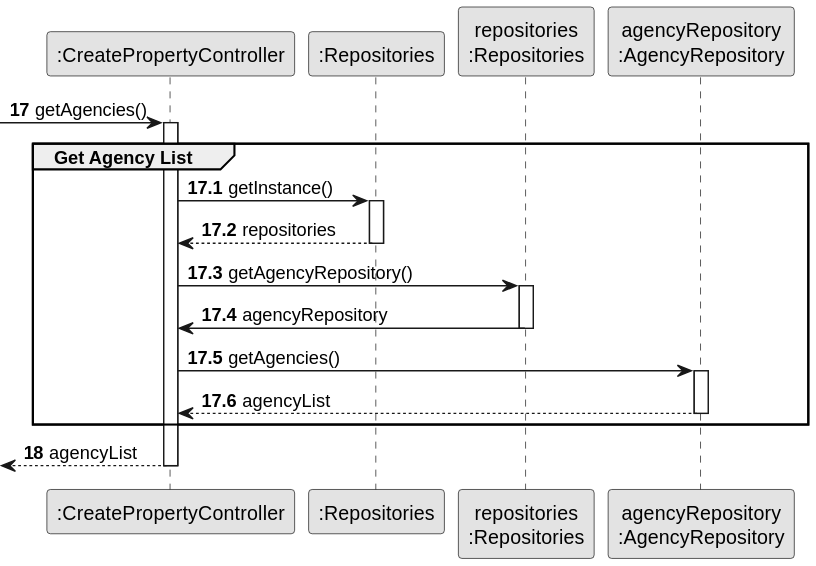
Earlier version of the PlantUML export docs/sprintB/us004/03.design/svg/us004-sequence-diagram-partial-get-agency-list.svg (rita-barbosa/LAPR2-2223).
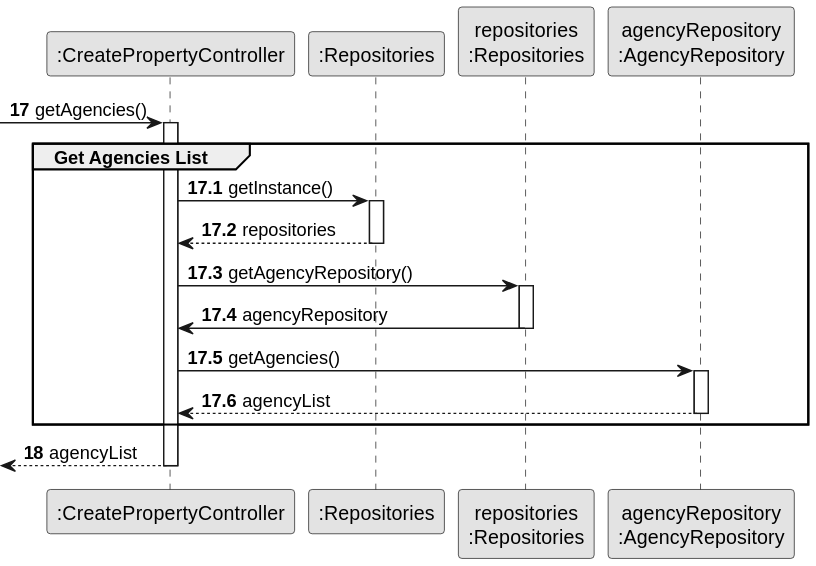
After the commit.

Change to the diagram source:
```diff
@@ -15,7 +15,7 @@
 activate CTRL
 autonumber 17.1
 
-    group Get Agency List
+    group Get Agencies List
 
 CTRL -> RepositorySingleton : getInstance()
 
```
